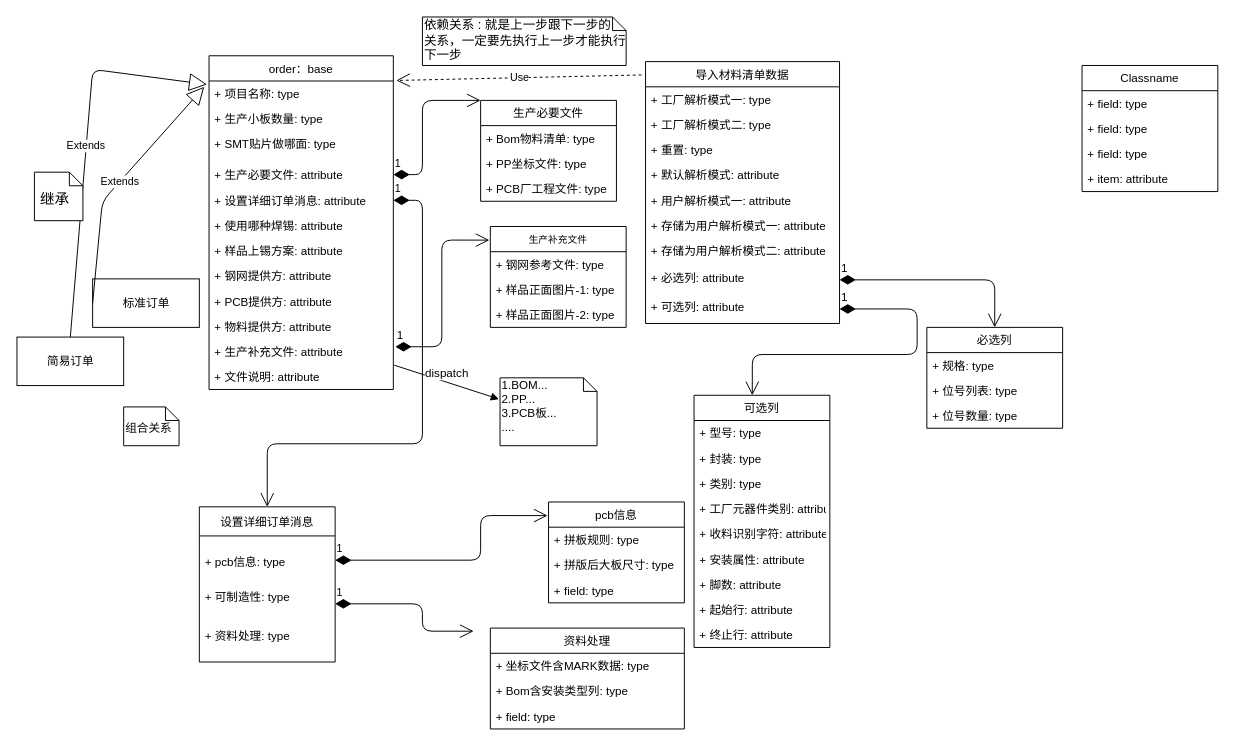
Before: test Diagram.drawio in Xiexx-97Len/shulian, a draw.io diagram. Source tidied: cells renumbered, new cells numbered last; positions are measured from the earlier drawing's top-left corner, leaving out a move shared by most shapes. Both pictures are drawn from the tidied source at 97%, with x=0, y=0 at pixel (16, 16).
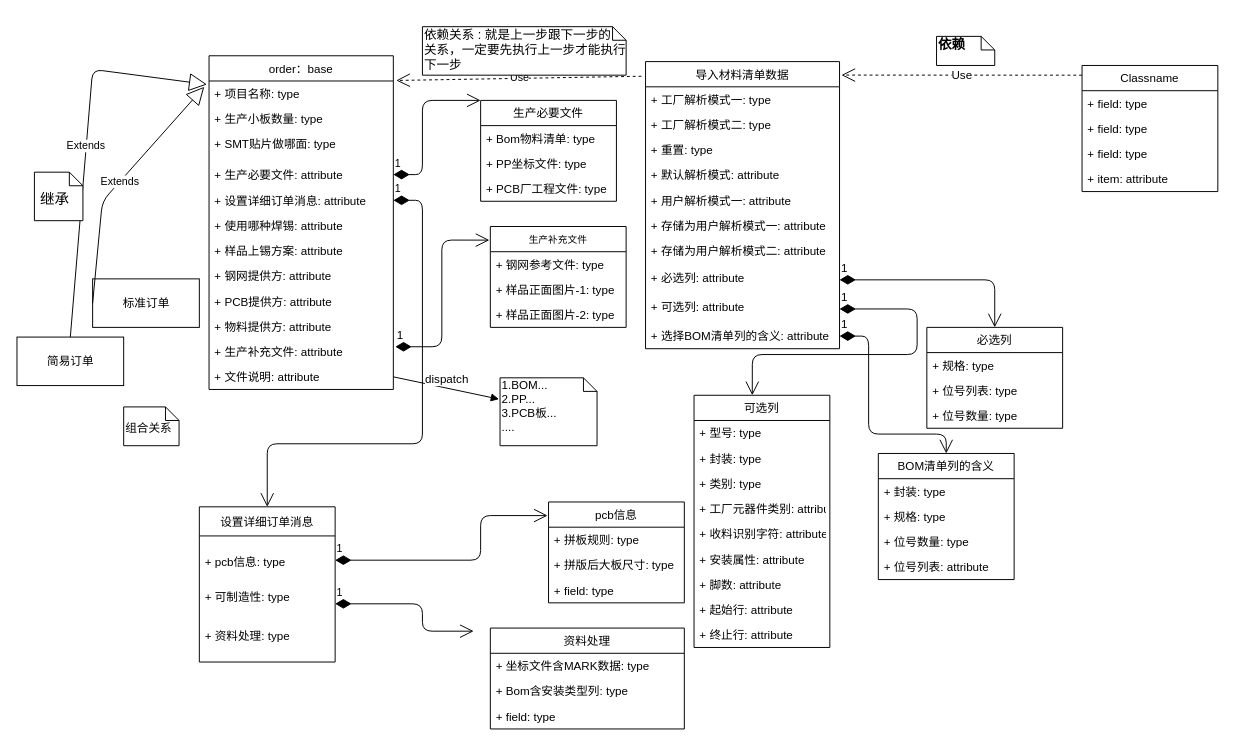
Above is the later version.

Unchanged cells that the change refers to:
```xml
<mxCell id="15" value="+ 文件说明: attribute" style="text;strokeColor=none;fillColor=none;align=left;verticalAlign=top;spacingLeft=4;spacingRight=4;overflow=hidden;points=[[0,0.5],[1,0.5]];portConstraint=eastwest;fontSize=12;" parent="2" vertex="1">
  <mxGeometry y="318" width="190" height="26" as="geometry" />
</mxCell>
<mxCell id="45" value="Classname" style="swimlane;fontStyle=0;horizontal=1;startSize=26;fillColor=none;" parent="1" vertex="1">
  <mxGeometry x="1098" y="50" width="140" height="130" as="geometry" />
</mxCell>
<mxCell id="63" value="1.BOM...&lt;br&gt;2.PP...&lt;br&gt;3.PCB板...&lt;br&gt;...." style="shape=note;whiteSpace=wrap;html=1;size=14;verticalAlign=top;align=left;spacingTop=-6;fontSize=12;" parent="1" vertex="1">
  <mxGeometry x="498" y="372" width="100" height="70" as="geometry" />
</mxCell>
```

Change to the diagram source:
```diff
@@
     <mxCell id="24" value="&lt;font style=&quot;font-size: 13px&quot;&gt;依赖关系 : 就是上一步跟下一步的&lt;br&gt;关系，一定要先执行上一步才能执行下一步&lt;/font&gt;" style="shape=note;whiteSpace=wrap;html=1;size=14;verticalAlign=top;align=left;spacingTop=-6;" parent="1" vertex="1">
-      <mxGeometry x="418" width="210" height="50" as="geometry" />
+      <mxGeometry x="418" y="10" width="210" height="50" as="geometry" />
     </mxCell>
@@
     <mxCell id="26" value="导入材料清单数据" style="swimlane;fontStyle=0;horizontal=1;startSize=26;fillColor=none;" parent="1" vertex="1">
-      <mxGeometry x="648" y="46" width="200" height="270" as="geometry" />
+      <mxGeometry x="648" y="46" width="200" height="296" as="geometry" />
     </mxCell>
@@
+    <mxCell id="81" value="+ 选择BOM清单列的含义: attribute" style="text;strokeColor=none;fillColor=none;align=left;verticalAlign=top;spacingLeft=4;spacingRight=4;overflow=hidden;points=[[0,0.5],[1,0.5]];portConstraint=eastwest;fontSize=12;" parent="26" vertex="1">
+      <mxGeometry y="270" width="200" height="26" as="geometry" />
+    </mxCell>
@@
-    <mxCell id="64" value="dispatch" style="html=1;verticalAlign=bottom;endArrow=block;fontSize=12;exitX=1.005;exitY=0.038;exitDx=0;exitDy=0;exitPerimeter=0;entryX=-0.01;entryY=0.314;entryDx=0;entryDy=0;entryPerimeter=0;" parent="1" edge="1" source="15" target="63">
+    <mxCell id="64" value="dispatch" style="html=1;verticalAlign=bottom;endArrow=block;fontSize=12;entryX=-0.01;entryY=0.314;entryDx=0;entryDy=0;entryPerimeter=0;exitX=1;exitY=0.5;exitDx=0;exitDy=0;" parent="1" edge="1" source="15" target="63">
       <mxGeometry relative="1" as="geometry" />
     </mxCell>
@@
+    <mxCell id="82" value="BOM清单列的含义" style="swimlane;fontStyle=0;horizontal=1;startSize=26;fillColor=none;fontSize=12;" parent="1" vertex="1">
+      <mxGeometry x="888" y="450" width="140" height="130" as="geometry" />
+    </mxCell>
+    <mxCell id="83" value="+ 封装: type" style="text;strokeColor=none;fillColor=none;align=left;verticalAlign=top;spacingLeft=4;spacingRight=4;overflow=hidden;" parent="82" vertex="1">
+      <mxGeometry y="26" width="140" height="26" as="geometry" />
+    </mxCell>
+    <mxCell id="84" value="+ 规格: type" style="text;strokeColor=none;fillColor=none;align=left;verticalAlign=top;spacingLeft=4;spacingRight=4;overflow=hidden;" parent="82" vertex="1">
+      <mxGeometry y="52" width="140" height="26" as="geometry" />
+    </mxCell>
+    <mxCell id="85" value="+ 位号数量: type" style="text;strokeColor=none;fillColor=none;align=left;verticalAlign=top;spacingLeft=4;spacingRight=4;overflow=hidden;" parent="82" vertex="1">
+      <mxGeometry y="78" width="140" height="26" as="geometry" />
+    </mxCell>
+    <mxCell id="86" value="+ 位号列表: attribute" style="text;strokeColor=none;fillColor=none;align=left;verticalAlign=top;spacingLeft=4;spacingRight=4;overflow=hidden;fontSize=12;" parent="82" vertex="1">
+      <mxGeometry y="104" width="140" height="26" as="geometry" />
+    </mxCell>
+    <mxCell id="87" value="1" style="endArrow=open;html=1;endSize=12;startArrow=diamondThin;startSize=14;startFill=1;edgeStyle=orthogonalEdgeStyle;align=left;verticalAlign=bottom;fontSize=12;exitX=1;exitY=0.5;exitDx=0;exitDy=0;" parent="1" edge="1" source="81" target="82">
+      <mxGeometry x="-1" y="3" relative="1" as="geometry">
+        <Array as="points">
+          <mxPoint x="878" y="329" />
+          <mxPoint x="878" y="430" />
+          <mxPoint x="958" y="430" />
+        </Array>
+      </mxGeometry>
+    </mxCell>
+    <mxCell id="88" value="Use" style="endArrow=open;endSize=12;dashed=1;html=1;fontSize=12;exitX=0;exitY=0.077;exitDx=0;exitDy=0;exitPerimeter=0;entryX=1.01;entryY=0.047;entryDx=0;entryDy=0;entryPerimeter=0;" parent="1" edge="1" source="45" target="26">
+      <mxGeometry relative="1" as="geometry" />
+    </mxCell>
+    <mxCell id="89" value="&lt;b&gt;&lt;font style=&quot;font-size: 14px&quot;&gt;依赖&lt;/font&gt;&lt;/b&gt;" style="shape=note;whiteSpace=wrap;html=1;size=14;verticalAlign=top;align=left;spacingTop=-6;fontSize=12;" parent="1" vertex="1">
+      <mxGeometry x="948" y="20" width="60" height="30" as="geometry" />
+    </mxCell>
```
